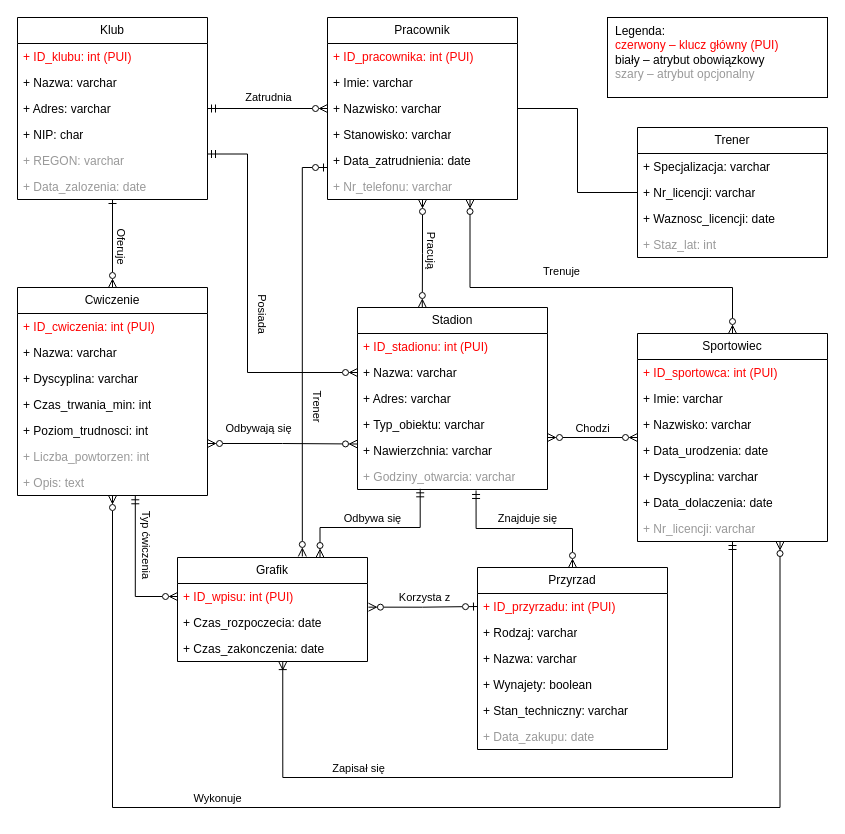
The draw.io diagram model.drawio in ErmitaVulpe/BDBT_proj, before the edit. Source tidied: cells renumbered, new cells numbered last; positions are measured from the earlier drawing's top-left corner, leaving out a move shared by most shapes. Both pictures are drawn from the tidied source at 100%, with x=0, y=0 at pixel (17, 17).
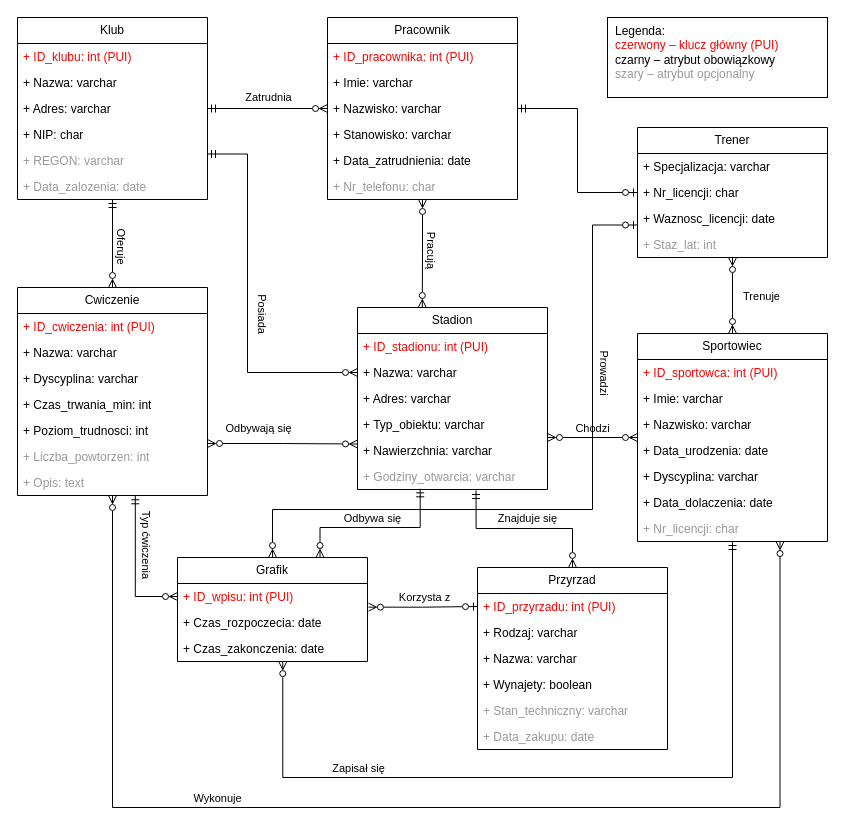
The same diagram, later.

Unchanged cells that the change refers to:
```xml
<mxCell id="21" value="Klub" style="swimlane;fontStyle=0;horizontal=1;startSize=26;fillColor=none;whiteSpace=wrap;html=1;" parent="1" vertex="1">
  <mxGeometry width="190" height="182" as="geometry" />
</mxCell>
<mxCell id="28" value="&lt;div&gt;Pracownik&lt;/div&gt;" style="swimlane;fontStyle=0;horizontal=1;startSize=26;fillColor=none;whiteSpace=wrap;html=1;" parent="1" vertex="1">
  <mxGeometry x="310" width="190" height="182" as="geometry" />
</mxCell>
<mxCell id="35" value="Trener" style="swimlane;fontStyle=0;horizontal=1;startSize=26;fillColor=none;whiteSpace=wrap;html=1;" parent="1" vertex="1">
  <mxGeometry x="620" y="110" width="190" height="130" as="geometry" />
</mxCell>
<mxCell id="40" value="Cwiczenie" style="swimlane;fontStyle=0;horizontal=1;startSize=26;fillColor=none;whiteSpace=wrap;html=1;" parent="1" vertex="1">
  <mxGeometry y="270" width="190" height="208" as="geometry" />
</mxCell>
<mxCell id="57" value="Sportowiec" style="swimlane;fontStyle=0;horizontal=1;startSize=26;fillColor=none;whiteSpace=wrap;html=1;" parent="1" vertex="1">
  <mxGeometry x="620" y="316" width="190" height="208" as="geometry" />
</mxCell>
<mxCell id="67" value="Grafik" style="swimlane;fontStyle=0;horizontal=1;startSize=26;fillColor=none;whiteSpace=wrap;html=1;" parent="1" vertex="1">
  <mxGeometry x="160" y="540" width="190" height="104" as="geometry" />
</mxCell>
<mxCell id="70" value="+ Czas_zakonczenia: date" style="text;strokeColor=none;fillColor=none;align=left;verticalAlign=top;spacingLeft=4;spacingRight=4;overflow=hidden;points=[[0,0.5],[1,0.5]];portConstraint=eastwest;whiteSpace=wrap;html=1;" parent="67" vertex="1">
  <mxGeometry y="78" width="190" height="26" as="geometry" />
</mxCell>
<mxCell id="71" value="&lt;div&gt;Przyrzad&lt;/div&gt;" style="swimlane;fontStyle=0;horizontal=1;startSize=26;fillColor=none;whiteSpace=wrap;html=1;" parent="1" vertex="1">
  <mxGeometry x="460" y="550" width="190" height="182" as="geometry" />
</mxCell>
```

What changed in the source:
```diff
@@
-    <mxCell id="6" style="edgeStyle=orthogonalEdgeStyle;rounded=0;jettySize=auto;html=1;exitX=0.5;exitY=1;exitDx=0;exitDy=0;entryX=0.5;entryY=0;entryDx=0;entryDy=0;defaultLabelBackgroundColor=page;startArrow=ERone;startFill=0;endArrow=ERzeroToMany;endFill=0;" parent="1" edge="1" source="21" target="40">
+    <mxCell id="6" style="edgeStyle=orthogonalEdgeStyle;rounded=0;jettySize=auto;html=1;exitX=0.5;exitY=1;exitDx=0;exitDy=0;entryX=0.5;entryY=0;entryDx=0;entryDy=0;defaultLabelBackgroundColor=page;startArrow=ERmandOne;startFill=0;endArrow=ERzeroToMany;endFill=0;" parent="1" edge="1" source="21" target="40">
       <mxGeometry relative="1" as="geometry" />
     </mxCell>
@@
-    <mxCell id="16" style="edgeStyle=orthogonalEdgeStyle;rounded=0;jettySize=auto;html=1;exitX=1;exitY=0.5;exitDx=0;exitDy=0;entryX=0;entryY=0.5;entryDx=0;entryDy=0;defaultLabelBackgroundColor=page;endArrow=none;endFill=0;startArrow=none;startFill=0;" parent="1" edge="1" source="28" target="35">
+    <mxCell id="16" style="edgeStyle=orthogonalEdgeStyle;rounded=0;jettySize=auto;html=1;exitX=1;exitY=0.5;exitDx=0;exitDy=0;entryX=0;entryY=0.5;entryDx=0;entryDy=0;defaultLabelBackgroundColor=page;startArrow=ERmandOne;startFill=0;endArrow=ERzeroToOne;endFill=0;" parent="1" edge="1" source="28" target="35">
       <mxGeometry x="0.01" relative="1" as="geometry" />
     </mxCell>
@@
-    <mxCell id="19" style="edgeStyle=orthogonalEdgeStyle;rounded=0;jettySize=auto;html=1;exitX=0.75;exitY=1;exitDx=0;exitDy=0;entryX=0.5;entryY=0;entryDx=0;entryDy=0;defaultLabelBackgroundColor=page;startArrow=ERzeroToMany;startFill=0;endArrow=ERzeroToMany;endFill=0;" parent="1" edge="1" source="28" target="57">
-      <mxGeometry x="0.69" relative="1" as="geometry">
-        <Array as="points">
-          <mxPoint x="452.5" y="270" />
-          <mxPoint x="715" y="270" />
-        </Array>
-      </mxGeometry>
+    <mxCell id="19" style="edgeStyle=orthogonalEdgeStyle;rounded=0;jettySize=auto;html=1;exitX=0.5;exitY=1;exitDx=0;exitDy=0;entryX=0.5;entryY=0;entryDx=0;entryDy=0;defaultLabelBackgroundColor=page;startArrow=ERzeroToMany;startFill=0;endArrow=ERzeroToMany;endFill=0;" parent="1" edge="1" source="35" target="57">
+      <mxGeometry relative="1" as="geometry" />
     </mxCell>
     <mxCell id="20" value="Trenuje" style="edgeLabel;html=1;align=center;verticalAlign=middle;inheritText=1;defaultLabelBackgroundColor=page;rotation=0;" parent="19" vertex="1">
-      <mxGeometry x="0.59" y="1" relative="1" as="geometry">
-        <mxPoint x="-136" y="-16" as="offset" />
+      <mxGeometry relative="1" as="geometry">
+        <mxPoint x="28" as="offset" />
       </mxGeometry>
     </mxCell>
@@
-    <mxCell id="34" value="+ Nr_telefonu: varchar" style="text;strokeColor=none;fillColor=none;align=left;verticalAlign=top;spacingLeft=4;spacingRight=4;overflow=hidden;whiteSpace=wrap;html=1;fontColor=#999999;" parent="28" vertex="1">
+    <mxCell id="34" value="+ Nr_telefonu: char" style="text;strokeColor=none;fillColor=none;align=left;verticalAlign=top;spacingLeft=4;spacingRight=4;overflow=hidden;whiteSpace=wrap;html=1;fontColor=#999999;" parent="28" vertex="1">
       <mxGeometry y="156" width="190" height="26" as="geometry" />
     </mxCell>
@@
-    <mxCell id="37" value="+ Nr_licencji: varchar" style="text;strokeColor=none;fillColor=none;align=left;verticalAlign=top;spacingLeft=4;spacingRight=4;overflow=hidden;whiteSpace=wrap;html=1;" parent="35" vertex="1">
+    <mxCell id="37" value="+ Nr_licencji: char" style="text;strokeColor=none;fillColor=none;align=left;verticalAlign=top;spacingLeft=4;spacingRight=4;overflow=hidden;whiteSpace=wrap;html=1;" parent="35" vertex="1">
       <mxGeometry y="52" width="190" height="26" as="geometry" />
     </mxCell>
@@
-    <mxCell id="55" style="edgeStyle=orthogonalEdgeStyle;rounded=0;jettySize=auto;html=1;defaultLabelBackgroundColor=page;entryX=0.554;entryY=1.004;entryDx=0;entryDy=0;entryPerimeter=0;startArrow=ERmandOne;startFill=0;endArrow=ERoneToMany;endFill=0;" parent="1" edge="1" source="57" target="70">
+    <mxCell id="55" style="edgeStyle=orthogonalEdgeStyle;rounded=0;jettySize=auto;html=1;defaultLabelBackgroundColor=page;entryX=0.554;entryY=1.004;entryDx=0;entryDy=0;entryPerimeter=0;startArrow=ERmandOne;startFill=0;endArrow=ERzeroToMany;endFill=0;" parent="1" edge="1" source="57" target="70">
       <mxGeometry x="-0.6" relative="1" as="geometry">
         <Array as="points">
           <mxPoint x="715" y="760" />
           <mxPoint x="265.3" y="760" />
         </Array>
       </mxGeometry>
     </mxCell>
@@
-    <mxCell id="64" value="+ Nr_licencji: varchar" style="text;strokeColor=none;fillColor=none;align=left;verticalAlign=top;spacingLeft=4;spacingRight=4;overflow=hidden;whiteSpace=wrap;html=1;fontColor=#999999;" parent="57" vertex="1">
+    <mxCell id="64" value="+ Nr_licencji: char" style="text;strokeColor=none;fillColor=none;align=left;verticalAlign=top;spacingLeft=4;spacingRight=4;overflow=hidden;whiteSpace=wrap;html=1;fontColor=#999999;" parent="57" vertex="1">
       <mxGeometry y="182" width="190" height="26" as="geometry" />
     </mxCell>
@@
-    <mxCell id="76" value="+ Stan_techniczny: varchar" style="text;strokeColor=none;fillColor=none;align=left;verticalAlign=top;spacingLeft=4;spacingRight=4;overflow=hidden;whiteSpace=wrap;html=1;fontColor=light-dark(#000000,#6A6A6A);" parent="71" vertex="1">
+    <mxCell id="76" value="+ Stan_techniczny: varchar" style="text;strokeColor=none;fillColor=none;align=left;verticalAlign=top;spacingLeft=4;spacingRight=4;overflow=hidden;whiteSpace=wrap;html=1;fontColor=#999999;" parent="71" vertex="1">
       <mxGeometry y="130" width="190" height="26" as="geometry" />
     </mxCell>
@@
-    <mxCell id="78" value="Legenda:&lt;br&gt;&lt;font color=&quot;#FF0000&quot;&gt;czerwony – klucz główny (PUI)&lt;/font&gt;&lt;br&gt;biały – atrybut obowiązkowy&lt;br&gt;&lt;div&gt;&lt;font color=&quot;#999999&quot;&gt;szary – atrybut opcjonalny&lt;/font&gt;&lt;/div&gt;" style="rounded=0;whiteSpace=wrap;html=1;align=left;verticalAlign=top;spacingLeft=6;fillColor=none;" parent="1" vertex="1">
+    <mxCell id="78" value="Legenda:&lt;br&gt;&lt;font color=&quot;#FF0000&quot;&gt;czerwony – klucz główny (PUI)&lt;/font&gt;&lt;br&gt;czarny – atrybut obowiązkowy&lt;br&gt;&lt;div&gt;&lt;font color=&quot;#999999&quot;&gt;szary – atrybut opcjonalny&lt;/font&gt;&lt;/div&gt;" style="rounded=0;whiteSpace=wrap;html=1;align=left;verticalAlign=top;spacingLeft=6;fillColor=none;" parent="1" vertex="1">
       <mxGeometry x="590" width="220" height="80" as="geometry" />
     </mxCell>
@@
-    <mxCell id="83" style="edgeStyle=orthogonalEdgeStyle;rounded=0;jettySize=auto;html=1;entryX=0.657;entryY=-0.01;entryDx=0;entryDy=0;entryPerimeter=0;defaultLabelBackgroundColor=page;startArrow=ERzeroToOne;startFill=0;endArrow=ERzeroToMany;endFill=0;" parent="1" edge="1" target="67">
+    <mxCell id="83" style="edgeStyle=orthogonalEdgeStyle;rounded=0;jettySize=auto;html=1;exitX=0;exitY=0.75;exitDx=0;exitDy=0;entryX=0.5;entryY=0;entryDx=0;entryDy=0;defaultLabelBackgroundColor=page;startArrow=ERzeroToOne;startFill=0;endArrow=ERzeroToMany;endFill=0;" parent="1" edge="1" source="35" target="67">
       <mxGeometry relative="1" as="geometry">
-        <mxPoint x="310" y="150" as="sourcePoint" />
         <Array as="points">
-          <mxPoint x="284.8" y="150" />
+          <mxPoint x="575" y="208" />
+          <mxPoint x="575" y="492" />
+          <mxPoint x="255" y="492" />
         </Array>
       </mxGeometry>
     </mxCell>
-    <mxCell id="84" value="Trener" style="edgeLabel;html=1;align=center;verticalAlign=middle;inheritText=1;defaultLabelBackgroundColor=page;rotation=90;" parent="83" vertex="1">
-      <mxGeometry x="-0.53" relative="1" as="geometry">
-        <mxPoint x="15" y="167" as="offset" />
+    <mxCell id="84" value="Prowadzi" style="edgeLabel;html=1;align=center;verticalAlign=middle;inheritText=1;defaultLabelBackgroundColor=page;rotation=90;" parent="83" vertex="1">
+      <mxGeometry x="-0.45" relative="1" as="geometry">
+        <mxPoint x="12" as="offset" />
       </mxGeometry>
     </mxCell>
```
